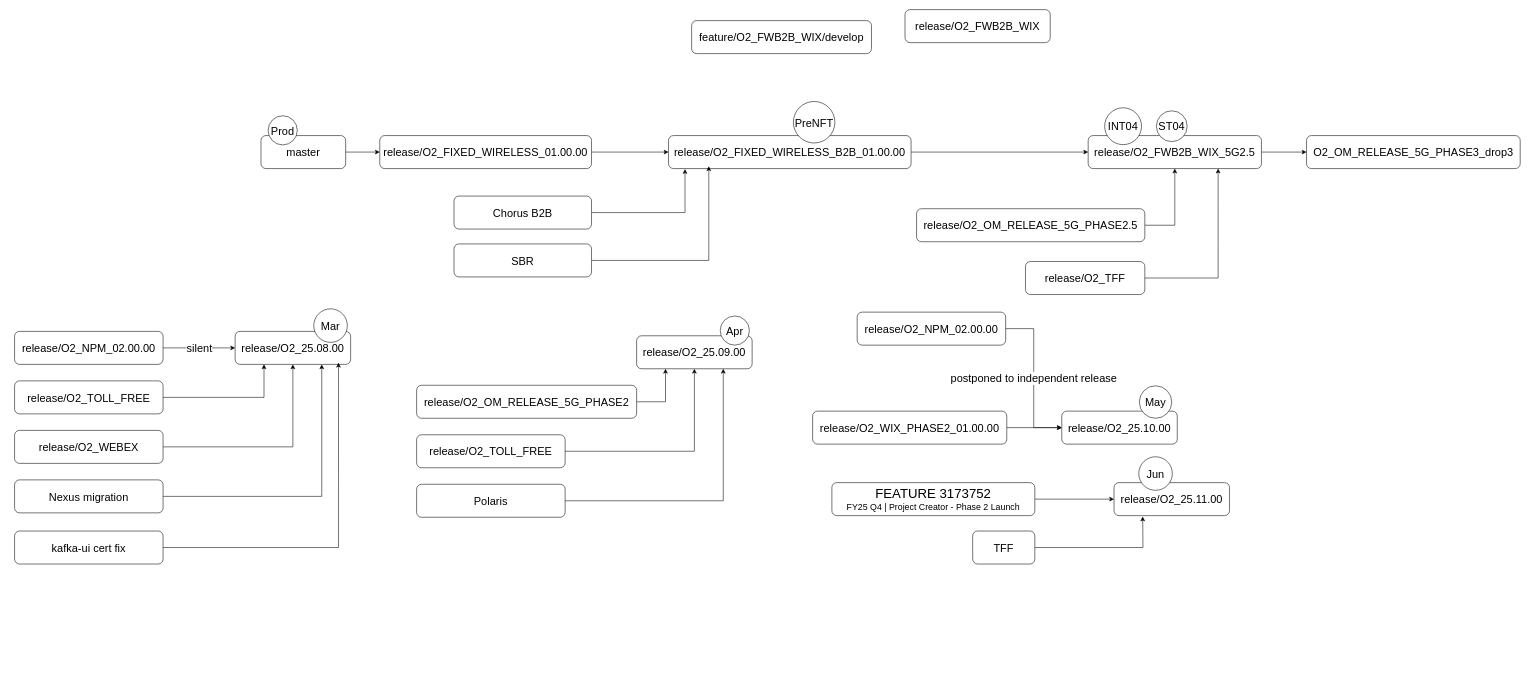
This is page "branching" (1 of 3) of sparknz_branches.drawio from huangdgm/drawio, a draw.io file, before an edit. Source tidied: cells renumbered, new cells numbered last; positions are measured from the earlier drawing's top-left corner, leaving out a move shared by most shapes. Both pictures are drawn from the tidied source at 55%, with x=0, y=0 at pixel (14, 9).
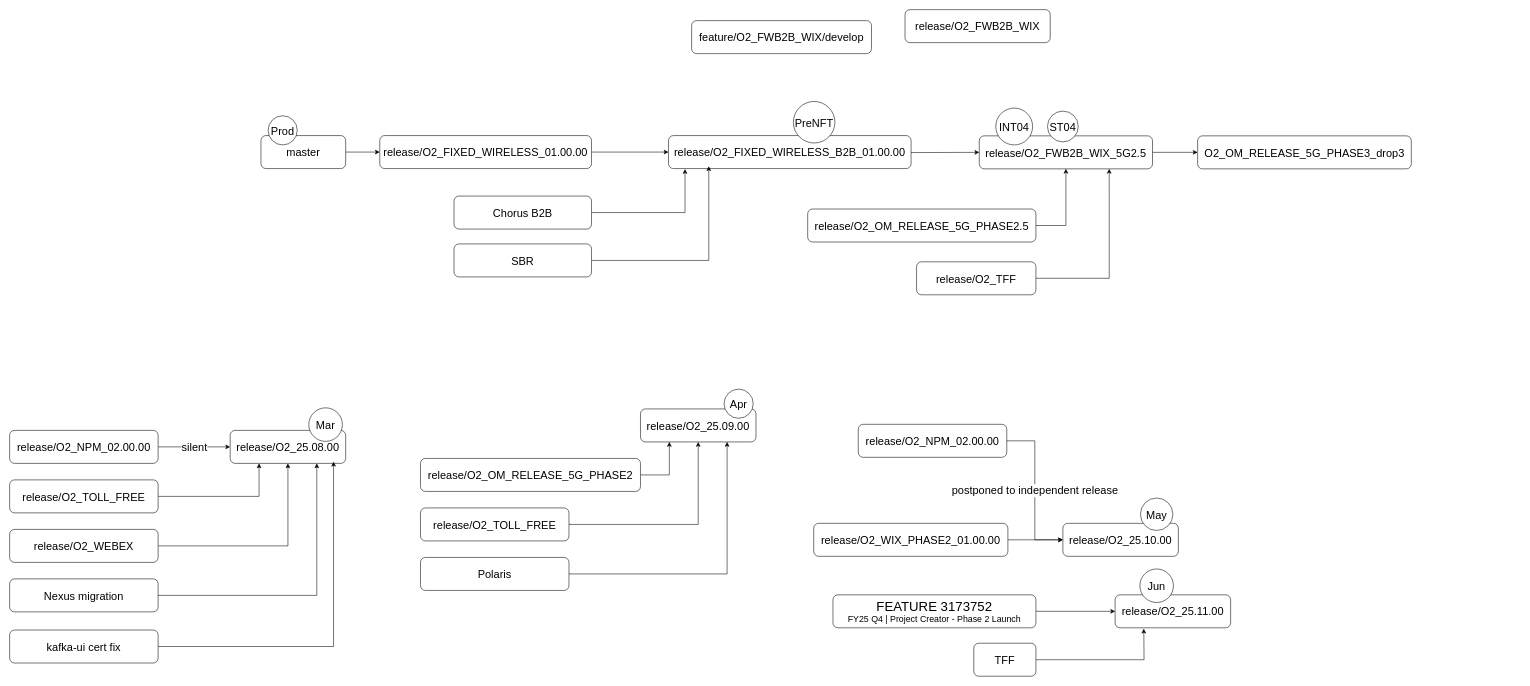
The same page after the edit.

The change refers to these unchanged cells:
```xml
<mxCell id="3" value="release/O2_FIXED_WIRELESS_B2B_01.00.00" style="rounded=1;whiteSpace=wrap;html=1;fontSize=20;" parent="1" vertex="1">
  <mxGeometry x="1189" y="229" width="441" height="60" as="geometry" />
</mxCell>
```

What changed in the source:
```diff
@@
-    <mxCell id="2" style="edgeStyle=orthogonalEdgeStyle;rounded=0;jettySize=auto;html=1;exitX=1;exitY=0.5;exitDx=0;exitDy=0;entryX=0;entryY=0.5;entryDx=0;entryDy=0;" parent="1" edge="1" source="3" target="8">
-      <mxGeometry relative="1" as="geometry" />
+    <mxCell id="2" style="edgeStyle=orthogonalEdgeStyle;rounded=0;jettySize=auto;html=1;exitX=1;exitY=0.5;exitDx=0;exitDy=0;entryX=0;entryY=0.5;entryDx=0;entryDy=0;" parent="1" edge="1" target="8">
+      <mxGeometry relative="1" as="geometry">
+        <mxPoint x="1432" y="259.5" as="sourcePoint" />
+      </mxGeometry>
     </mxCell>
@@
     <mxCell id="8" value="release/O2_FWB2B_WIX_5G2.5" style="rounded=1;whiteSpace=wrap;html=1;fontSize=20;" parent="1" vertex="1">
-      <mxGeometry x="1952" y="229" width="315" height="60" as="geometry" />
+      <mxGeometry x="1754" y="229.5" width="315" height="60" as="geometry" />
     </mxCell>
@@
     <mxCell id="12" value="release/O2_WIX_PHASE2_01.00.00" style="rounded=1;whiteSpace=wrap;html=1;fontSize=20;" parent="1" vertex="1">
-      <mxGeometry x="1451" y="730" width="353" height="60" as="geometry" />
+      <mxGeometry x="1453" y="934" width="353" height="60" as="geometry" />
     </mxCell>
     <mxCell id="13" value="release/O2_25.10.00" style="rounded=1;whiteSpace=wrap;html=1;fontSize=20;" parent="1" vertex="1">
-      <mxGeometry x="1904" y="730" width="210" height="60" as="geometry" />
+      <mxGeometry x="1906" y="934" width="210" height="60" as="geometry" />
     </mxCell>
@@
     <mxCell id="15" value="release/O2_25.08.00" style="rounded=1;whiteSpace=wrap;html=1;fontSize=20;labelBackgroundColor=default;" parent="1" vertex="1">
-      <mxGeometry x="401" y="585" width="210" height="60" as="geometry" />
+      <mxGeometry x="392" y="765" width="210" height="60" as="geometry" />
     </mxCell>
@@
     <mxCell id="17" value="release/O2_NPM_02.00.00" style="rounded=1;whiteSpace=wrap;html=1;fontSize=20;" parent="1" vertex="1">
-      <mxGeometry y="585" width="270" height="60" as="geometry" />
+      <mxGeometry x="-9" y="765" width="270" height="60" as="geometry" />
     </mxCell>
@@
     <mxCell id="19" value="release/O2_TOLL_FREE" style="rounded=1;whiteSpace=wrap;html=1;fontSize=20;" parent="1" vertex="1">
-      <mxGeometry y="675" width="270" height="60" as="geometry" />
+      <mxGeometry x="-9" y="855" width="270" height="60" as="geometry" />
     </mxCell>
@@
     <mxCell id="21" value="release/O2_WEBEX" style="rounded=1;whiteSpace=wrap;html=1;fontSize=20;" parent="1" vertex="1">
-      <mxGeometry y="765" width="270" height="60" as="geometry" />
+      <mxGeometry x="-9" y="945" width="270" height="60" as="geometry" />
     </mxCell>
@@
     <mxCell id="23" value="release/O2_25.09.00" style="rounded=1;whiteSpace=wrap;html=1;fontSize=20;" parent="1" vertex="1">
-      <mxGeometry x="1131" y="593" width="210" height="60" as="geometry" />
+      <mxGeometry x="1138" y="726" width="210" height="60" as="geometry" />
     </mxCell>
     <mxCell id="24" value="Nexus migration" style="rounded=1;whiteSpace=wrap;html=1;fontSize=20;" parent="1" vertex="1">
-      <mxGeometry y="855" width="270" height="60" as="geometry" />
+      <mxGeometry x="-9" y="1035" width="270" height="60" as="geometry" />
     </mxCell>
@@
     <mxCell id="26" value="release/O2_NPM_02.00.00" style="rounded=1;whiteSpace=wrap;html=1;fontSize=20;" parent="1" vertex="1">
-      <mxGeometry x="1532" y="550" width="270" height="60" as="geometry" />
+      <mxGeometry x="1534" y="754" width="270" height="60" as="geometry" />
     </mxCell>
@@
     <mxCell id="28" value="release/O2_OM_RELEASE_5G_PHASE2" style="rounded=1;whiteSpace=wrap;html=1;fontSize=20;" parent="1" vertex="1">
-      <mxGeometry x="731" y="683" width="400" height="60" as="geometry" />
+      <mxGeometry x="738" y="816" width="400" height="60" as="geometry" />
     </mxCell>
@@
     <mxCell id="30" value="release/O2_TOLL_FREE" style="rounded=1;whiteSpace=wrap;html=1;fontSize=20;" parent="1" vertex="1">
-      <mxGeometry x="731" y="773" width="270" height="60" as="geometry" />
+      <mxGeometry x="738" y="906" width="270" height="60" as="geometry" />
     </mxCell>
@@
     <mxCell id="32" value="Polaris" style="rounded=1;whiteSpace=wrap;html=1;fontSize=20;" parent="1" vertex="1">
-      <mxGeometry x="731" y="863" width="270" height="60" as="geometry" />
+      <mxGeometry x="738" y="996" width="270" height="60" as="geometry" />
     </mxCell>
@@
     <mxCell id="34" value="release/O2_OM_RELEASE_5G_PHASE2.5" style="rounded=1;whiteSpace=wrap;html=1;fontSize=20;" parent="1" vertex="1">
-      <mxGeometry x="1640" y="362" width="415" height="60" as="geometry" />
+      <mxGeometry x="1442" y="362.5" width="415" height="60" as="geometry" />
     </mxCell>
@@
     <mxCell id="39" value="Mar" style="ellipse;whiteSpace=wrap;html=1;fontSize=20;" parent="1" vertex="1">
-      <mxGeometry x="544" y="544" width="61" height="61" as="geometry" />
+      <mxGeometry x="535" y="724" width="61" height="61" as="geometry" />
     </mxCell>
     <mxCell id="40" value="Apr" style="ellipse;whiteSpace=wrap;html=1;fontSize=20;" parent="1" vertex="1">
-      <mxGeometry x="1283" y="557" width="53" height="53" as="geometry" />
+      <mxGeometry x="1290" y="690" width="53" height="53" as="geometry" />
     </mxCell>
     <mxCell id="41" value="May" style="ellipse;whiteSpace=wrap;html=1;fontSize=20;" parent="1" vertex="1">
-      <mxGeometry x="2045" y="684" width="59" height="59" as="geometry" />
+      <mxGeometry x="2047" y="888" width="59" height="59" as="geometry" />
     </mxCell>
     <mxCell id="42" value="release/O2_25.11.00" style="rounded=1;whiteSpace=wrap;html=1;fontSize=20;" parent="1" vertex="1">
-      <mxGeometry x="1999" y="860" width="210" height="60" as="geometry" />
+      <mxGeometry x="2001" y="1064" width="210" height="60" as="geometry" />
     </mxCell>
     <mxCell id="43" value="Jun" style="ellipse;whiteSpace=wrap;html=1;fontSize=20;" parent="1" vertex="1">
-      <mxGeometry x="2044" y="813" width="61" height="61" as="geometry" />
+      <mxGeometry x="2046" y="1017" width="61" height="61" as="geometry" />
     </mxCell>
@@
     <mxCell id="45" value="INT04" style="ellipse;whiteSpace=wrap;html=1;fontSize=20;" parent="1" vertex="1">
-      <mxGeometry x="1982" y="178.5" width="67" height="67" as="geometry" />
+      <mxGeometry x="1784" y="179" width="67" height="67" as="geometry" />
     </mxCell>
@@
     <mxCell id="47" value="ST04" style="ellipse;whiteSpace=wrap;html=1;fontSize=20;" parent="1" vertex="1">
-      <mxGeometry x="2076" y="184" width="56" height="56" as="geometry" />
+      <mxGeometry x="1878" y="184.5" width="56" height="56" as="geometry" />
     </mxCell>
     <mxCell id="48" value="kafka-ui cert fix" style="rounded=1;whiteSpace=wrap;html=1;fontSize=20;" parent="1" vertex="1">
-      <mxGeometry y="948" width="270" height="60" as="geometry" />
+      <mxGeometry x="-9" y="1128" width="270" height="60" as="geometry" />
     </mxCell>
@@
     <mxCell id="50" style="edgeStyle=orthogonalEdgeStyle;rounded=0;jettySize=auto;html=1;exitX=1;exitY=0.5;exitDx=0;exitDy=0;" parent="1" edge="1" source="51">
       <mxGeometry relative="1" as="geometry">
-        <mxPoint x="2051.1" y="921.6" as="targetPoint" />
+        <mxPoint x="2053.1" y="1125.6" as="targetPoint" />
       </mxGeometry>
     </mxCell>
     <mxCell id="51" value="TFF" style="rounded=1;whiteSpace=wrap;html=1;fontSize=20;" parent="1" vertex="1">
-      <mxGeometry x="1742" y="948" width="113" height="60" as="geometry" />
+      <mxGeometry x="1744" y="1152" width="113" height="60" as="geometry" />
     </mxCell>
@@
     <mxCell id="53" value="&lt;div&gt;&lt;font style=&quot;font-size: 24px;&quot;&gt;FEATURE 3173752&lt;/font&gt;&lt;/div&gt;&lt;div&gt;&lt;font size=&quot;3&quot;&gt;FY25 Q4 | Project Creator - Phase 2 Launch&lt;/font&gt;&lt;/div&gt;" style="rounded=1;whiteSpace=wrap;html=1;" parent="1" vertex="1">
-      <mxGeometry x="1486" y="860" width="369" height="60" as="geometry" />
+      <mxGeometry x="1488" y="1064" width="369" height="60" as="geometry" />
     </mxCell>
@@
     <mxCell id="55" value="&lt;font style=&quot;font-size: 20px;&quot;&gt;release/O2_TFF&lt;/font&gt;" style="rounded=1;whiteSpace=wrap;html=1;" parent="1" vertex="1">
-      <mxGeometry x="1838" y="458" width="217" height="60" as="geometry" />
+      <mxGeometry x="1640" y="458.5" width="217" height="60" as="geometry" />
     </mxCell>
     <mxCell id="56" value="O2_OM_RELEASE_5G_PHASE3_drop3" style="whiteSpace=wrap;html=1;fontSize=20;rounded=1;" parent="1" vertex="1">
-      <mxGeometry x="2349" y="229" width="388.5" height="60" as="geometry" />
+      <mxGeometry x="2151" y="229.5" width="388.5" height="60" as="geometry" />
     </mxCell>
```
